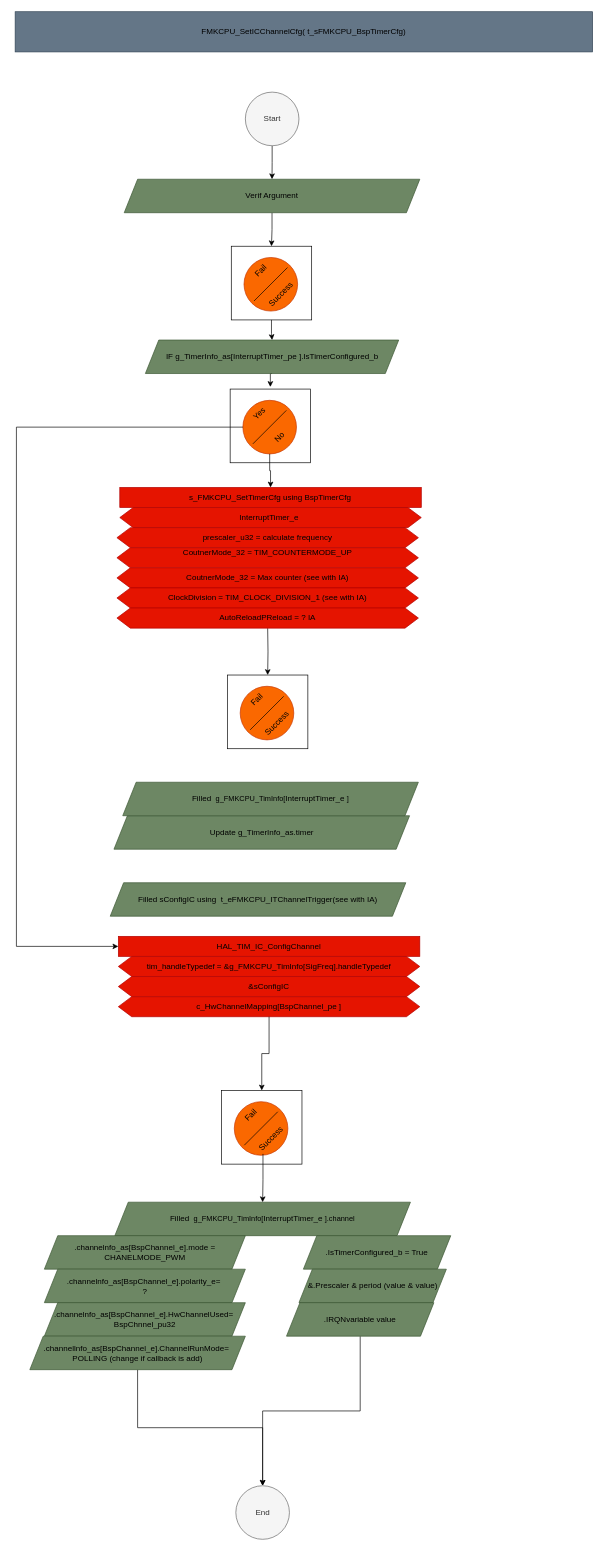
This is page "Func_SetICChannelCfg" (7 of 14) of src/1_FMK/FMK_HAL/FMK_CPU/Doc/FMK_CPU.drawio from mbarbeau0545/Stm32PrjTpl, a draw.io file, before an edit. Source tidied: cells renumbered, new cells numbered last; positions are measured from the earlier drawing's top-left corner, leaving out a move shared by most shapes. Both pictures are drawn from the tidied source at 67%, with x=0, y=0 at pixel (15, 11).
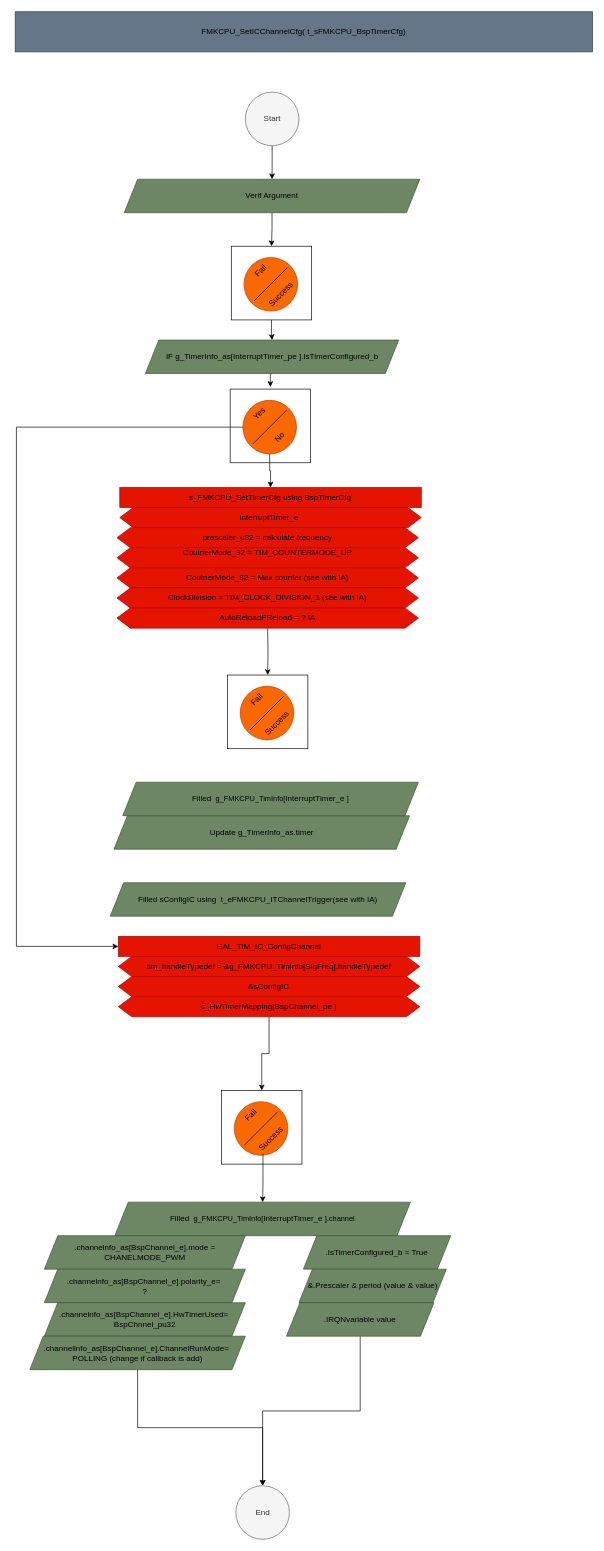
After the change.

Unchanged cells that the change refers to:
```xml
<mxCell id="27" style="group;fontColor=#000000;" parent="1" vertex="1">
  <mxGeometry x="154.1" y="1380" width="450" height="120" as="geometry" />
</mxCell>
```

Change to the diagram source:
```diff
@@
-    <mxCell id="28" value="c_HwChannelMapping[&lt;span style=&quot;text-align: left; text-wrap: nowrap;&quot;&gt;BspChannel_pe&amp;nbsp;&lt;/span&gt;]" style="shape=hexagon;perimeter=hexagonPerimeter2;whiteSpace=wrap;html=1;fixedSize=1;fillColor=#e51400;fontColor=#000000;strokeColor=#B20000;" parent="27" vertex="1">
+    <mxCell id="28" value="c_HwTimerMapping[&lt;span style=&quot;text-align: left; text-wrap: nowrap;&quot;&gt;BspChannel_pe&amp;nbsp;&lt;/span&gt;]" style="shape=hexagon;perimeter=hexagonPerimeter2;whiteSpace=wrap;html=1;fixedSize=1;fillColor=#e51400;fontColor=#000000;strokeColor=#B20000;" parent="27" vertex="1">
       <mxGeometry y="90" width="450" height="30" as="geometry" />
     </mxCell>
@@
-    <mxCell id="49" value=".channelnfo_as[&lt;span style=&quot;text-align: left; text-wrap: nowrap;&quot;&gt;BspChannel_e&lt;/span&gt;].HwChannelUsed=&amp;nbsp;&lt;div&gt;BspChnnel_pu32&lt;/div&gt;" style="shape=parallelogram;perimeter=parallelogramPerimeter;whiteSpace=wrap;html=1;fixedSize=1;fillColor=#6d8764;fontColor=#000000;strokeColor=#3A5431;" parent="1" vertex="1">
+    <mxCell id="49" value=".channelnfo_as[&lt;span style=&quot;text-align: left; text-wrap: nowrap;&quot;&gt;BspChannel_e&lt;/span&gt;].HwTimerUsed=&amp;nbsp;&lt;div&gt;BspChnnel_pu32&lt;/div&gt;" style="shape=parallelogram;perimeter=parallelogramPerimeter;whiteSpace=wrap;html=1;fixedSize=1;fillColor=#6d8764;fontColor=#000000;strokeColor=#3A5431;" parent="1" vertex="1">
       <mxGeometry x="43.7" y="1926.8" width="300" height="50" as="geometry" />
     </mxCell>
```
